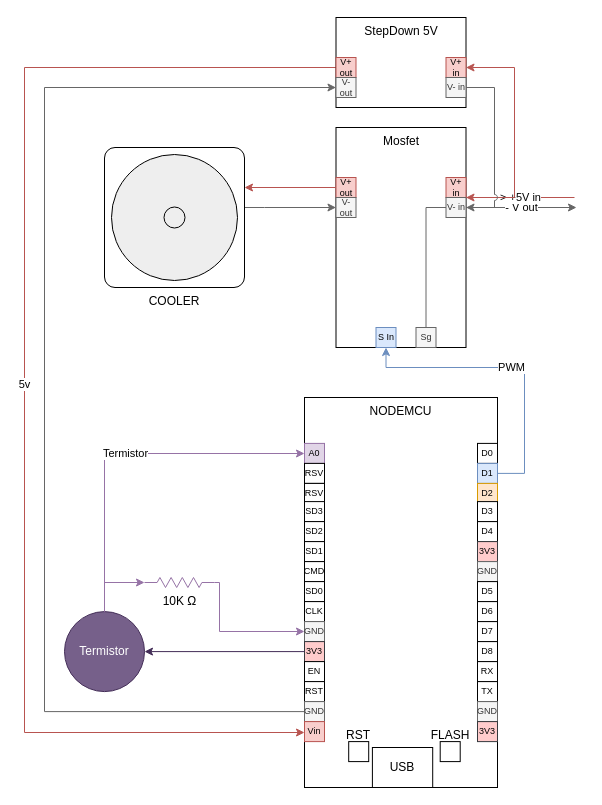
Before: Esquema de conexiones.drawio in ianalexis/Micro-Fan-Control-Lite, a draw.io diagram. Source tidied: cells renumbered, new cells numbered last; positions are measured from the earlier drawing's top-left corner, leaving out a move shared by most shapes. Both pictures are drawn from the tidied source at 100%, with x=0, y=0 at pixel (24, 17).
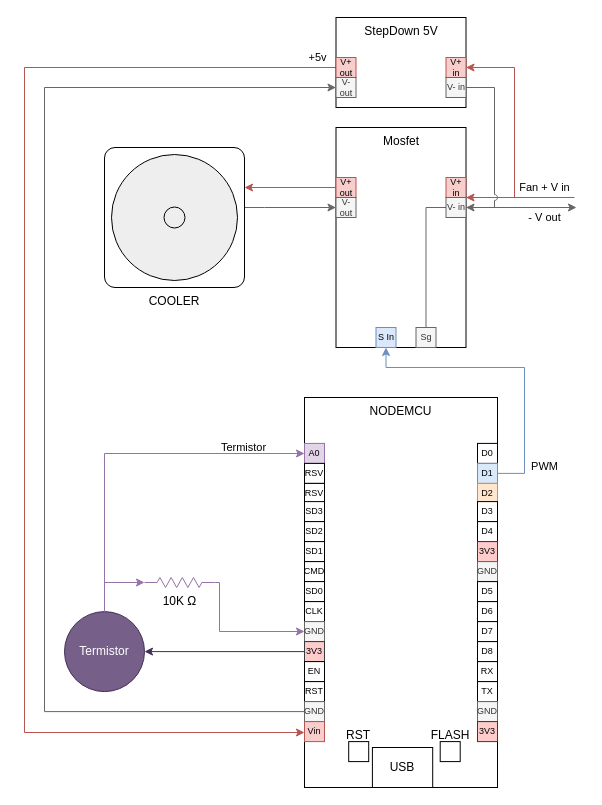
The same page after the edit.

Unchanged cells that the change refers to:
```xml
<mxCell id="2" value="Mosfet" style="rounded=0;whiteSpace=wrap;html=1;verticalAlign=top;direction=east;" parent="1" vertex="1">
  <mxGeometry x="311.5" y="110" width="130" height="220" as="geometry" />
</mxCell>
<mxCell id="3" value="V+ in" style="rounded=0;whiteSpace=wrap;html=1;fontSize=9;fillColor=#f8cecc;strokeColor=#b85450;" parent="2" vertex="1">
  <mxGeometry x="110" y="50" width="20" height="20" as="geometry" />
</mxCell>
<mxCell id="5" value="V- in" style="rounded=0;whiteSpace=wrap;html=1;fontSize=9;fillColor=#f5f5f5;fontColor=#333333;strokeColor=#666666;" parent="2" vertex="1">
  <mxGeometry x="110" y="70" width="20" height="20" as="geometry" />
</mxCell>
<mxCell id="9" value="S In" style="rounded=0;whiteSpace=wrap;html=1;fontSize=9;fillColor=#dae8fc;strokeColor=#6c8ebf;" parent="2" vertex="1">
  <mxGeometry x="40" y="200" width="20" height="20" as="geometry" />
</mxCell>
<mxCell id="14" value="D1" style="rounded=0;whiteSpace=wrap;html=1;fontSize=9;fillColor=#dae8fc;strokeColor=#6c8ebf;" parent="11" vertex="1">
  <mxGeometry x="173" y="65.9" width="20" height="20" as="geometry" />
</mxCell>
<mxCell id="28" value="A0" style="rounded=0;whiteSpace=wrap;html=1;fontSize=9;fillColor=#e1d5e7;strokeColor=#9673a6;" parent="11" vertex="1">
  <mxGeometry y="45.9" width="20" height="20" as="geometry" />
</mxCell>
<mxCell id="42" value="Vin" style="rounded=0;whiteSpace=wrap;html=1;fontSize=9;fillColor=#f8cecc;strokeColor=#b85450;" parent="11" vertex="1">
  <mxGeometry y="324.1" width="20" height="20" as="geometry" />
</mxCell>
<mxCell id="45" value="Termistor" style="ellipse;whiteSpace=wrap;html=1;fillColor=#76608a;strokeColor=#432D57;fontColor=#ffffff;" parent="1" vertex="1">
  <mxGeometry x="40" y="594.1" width="80" height="80" as="geometry" />
</mxCell>
<mxCell id="56" value="&lt;div&gt;V+&lt;/div&gt;&lt;div&gt;out&lt;/div&gt;" style="rounded=0;whiteSpace=wrap;html=1;fontSize=9;fillColor=#f8cecc;strokeColor=#b85450;" parent="53" vertex="1">
  <mxGeometry y="40" width="20" height="20" as="geometry" />
</mxCell>
```

Diff of the diagram source:
```diff
@@
-    <mxCell id="10" value="- V out" style="edgeStyle=orthogonalEdgeStyle;rounded=0;jettySize=auto;html=1;fillColor=#f5f5f5;strokeColor=#666666;flowAnimation=0;jumpStyle=arc;" parent="2" edge="1" source="5">
-      <mxGeometry relative="1" as="geometry">
+    <mxCell id="10" value="- V out" style="edgeStyle=orthogonalEdgeStyle;rounded=0;jettySize=auto;html=1;fillColor=#f5f5f5;strokeColor=#666666;flowAnimation=0;jumpStyle=arc;labelBackgroundColor=none;" parent="2" edge="1" source="5">
+      <mxGeometry x="0.42" y="-10" relative="1" as="geometry">
         <mxPoint x="240.5" y="80" as="targetPoint" />
         <Array as="points">
-          <mxPoint x="240" y="80" />
+          <mxPoint x="189" y="80" />
+          <mxPoint x="189" y="80" />
         </Array>
       </mxGeometry>
     </mxCell>
@@
-    <mxCell id="46" value="Termistor" style="edgeStyle=orthogonalEdgeStyle;rounded=0;jettySize=auto;html=1;fillColor=#e1d5e7;strokeColor=#9673a6;flowAnimation=0;jumpStyle=arc;" parent="1" edge="1" source="45" target="28">
-      <mxGeometry relative="1" as="geometry">
+    <mxCell id="46" value="Termistor" style="edgeStyle=orthogonalEdgeStyle;rounded=0;jettySize=auto;html=1;fillColor=#e1d5e7;strokeColor=#9673a6;flowAnimation=0;jumpStyle=arc;labelBackgroundColor=none;" parent="1" edge="1" source="45" target="28">
+      <mxGeometry x="0.66" y="6" relative="1" as="geometry">
         <Array as="points">
           <mxPoint x="80" y="436" />
         </Array>
       </mxGeometry>
     </mxCell>
@@
-    <mxCell id="51" value="PWM" style="edgeStyle=orthogonalEdgeStyle;rounded=0;jettySize=auto;html=1;fillColor=#dae8fc;strokeColor=#6c8ebf;flowAnimation=1;jumpStyle=arc;" parent="1" edge="1" source="14" target="9">
-      <mxGeometry relative="1" as="geometry">
+    <mxCell id="51" value="PWM" style="edgeStyle=orthogonalEdgeStyle;rounded=0;jettySize=auto;html=1;fillColor=#dae8fc;strokeColor=#6c8ebf;flowAnimation=1;jumpStyle=arc;labelBackgroundColor=none;" parent="1" edge="1" source="14" target="9">
+      <mxGeometry x="-0.77" y="-20" relative="1" as="geometry">
         <Array as="points">
           <mxPoint x="500" y="456" />
           <mxPoint x="500" y="350" />
         </Array>
       </mxGeometry>
     </mxCell>
-    <mxCell id="52" value="5v" style="edgeStyle=orthogonalEdgeStyle;rounded=0;jettySize=auto;html=1;fillColor=#f8cecc;strokeColor=#b85450;flowAnimation=0;jumpStyle=arc;" parent="1" edge="1" source="56" target="42">
-      <mxGeometry relative="1" as="geometry">
+    <mxCell id="52" value="+5v" style="edgeStyle=orthogonalEdgeStyle;rounded=0;jettySize=auto;html=1;fillColor=#f8cecc;strokeColor=#b85450;flowAnimation=0;jumpStyle=arc;labelBackgroundColor=none;" parent="1" edge="1" source="56" target="42">
+      <mxGeometry x="-0.97" y="-10" relative="1" as="geometry">
         <Array as="points">
           <mxPoint y="50" />
           <mxPoint y="715" />
         </Array>
       </mxGeometry>
     </mxCell>
@@
-    <mxCell id="58" value="&amp;gt; +5V in" style="edgeStyle=orthogonalEdgeStyle;rounded=0;jettySize=auto;html=1;fillColor=#f8cecc;strokeColor=#b85450;flowAnimation=0;jumpStyle=arc;" parent="1" edge="1" target="3">
-      <mxGeometry relative="1" as="geometry">
+    <mxCell id="58" value="Fan + V in" style="edgeStyle=orthogonalEdgeStyle;rounded=0;jettySize=auto;html=1;fillColor=#f8cecc;strokeColor=#b85450;flowAnimation=0;jumpStyle=arc;labelBackgroundColor=none;" parent="1" edge="1" target="3">
+      <mxGeometry x="-0.45" y="-10" relative="1" as="geometry">
         <mxPoint x="550" y="180" as="sourcePoint" />
         <Array as="points">
           <mxPoint x="550" y="180" />
           <mxPoint x="550" y="180" />
         </Array>
       </mxGeometry>
     </mxCell>
```
